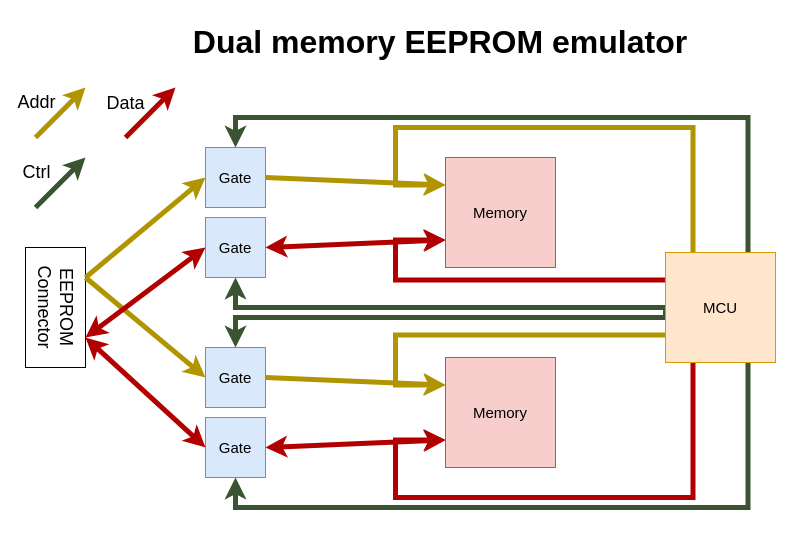
Supertom014/Dual-memory-EEPROM-emulator keeps this draw.io diagram as Dual memory EEPROM emulator.drawio. Above is the earlier version. Source tidied: cells renumbered, new cells numbered last; positions are measured from the earlier drawing's top-left corner, leaving out a move shared by most shapes. Both pictures are drawn from the tidied source at 100%, with x=0, y=0 at pixel (-5, 17).
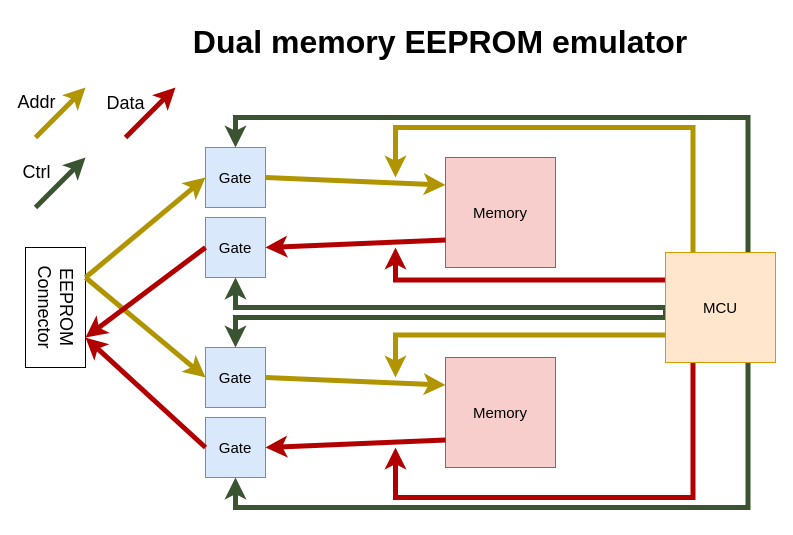
Above is the later version.

The change refers to these unchanged cells:
```xml
<mxCell id="3" value="&lt;div style=&quot;font-size: 15px;&quot;&gt;Gate&lt;/div&gt;" style="rounded=0;whiteSpace=wrap;html=1;fillColor=#dae8fc;strokeColor=#6c8ebf;fontSize=15;" parent="1" vertex="1">
  <mxGeometry x="210" y="200" width="60" height="60" as="geometry" />
</mxCell>
<mxCell id="5" value="&lt;div style=&quot;font-size: 15px;&quot;&gt;Gate&lt;/div&gt;" style="rounded=0;whiteSpace=wrap;html=1;fillColor=#dae8fc;strokeColor=#6c8ebf;fontSize=15;" parent="1" vertex="1">
  <mxGeometry x="210" y="400" width="60" height="60" as="geometry" />
</mxCell>
<mxCell id="6" value="&lt;div&gt;EEPROM&lt;/div&gt;&lt;div&gt;Connector&lt;/div&gt;" style="rounded=0;whiteSpace=wrap;html=1;rotation=90;fontSize=18;" parent="1" vertex="1">
  <mxGeometry y="260" width="120" height="60" as="geometry" />
</mxCell>
<mxCell id="15" value="Memory" style="rounded=0;whiteSpace=wrap;html=1;fillColor=#f8cecc;strokeColor=#b85450;fontSize=15;" parent="1" vertex="1">
  <mxGeometry x="450" y="340" width="110" height="110" as="geometry" />
</mxCell>
<mxCell id="16" value="Memory" style="rounded=0;whiteSpace=wrap;html=1;fillColor=#f8cecc;strokeColor=#b85450;fontSize=15;" parent="1" vertex="1">
  <mxGeometry x="450" y="140" width="110" height="110" as="geometry" />
</mxCell>
<mxCell id="29" value="&lt;div&gt;MCU&lt;/div&gt;" style="rounded=0;whiteSpace=wrap;html=1;fillColor=#ffe6cc;strokeColor=#d79b00;fontSize=15;" parent="1" vertex="1">
  <mxGeometry x="670" y="235" width="110" height="110" as="geometry" />
</mxCell>
```

Change to the diagram source:
```diff
@@
-    <mxCell id="9" style="endArrow=classic;startArrow=classic;html=1;fontSize=18;entryX=0;entryY=0.5;entryDx=0;entryDy=0;exitX=0.75;exitY=0;exitDx=0;exitDy=0;fillColor=#e51400;strokeColor=#B20000;strokeWidth=5;" parent="1" edge="1" source="6" target="3">
+    <mxCell id="9" style="endArrow=none;startArrow=classic;html=1;fontSize=18;entryX=0;entryY=0.5;entryDx=0;entryDy=0;exitX=0.75;exitY=0;exitDx=0;exitDy=0;fillColor=#e51400;strokeColor=#B20000;strokeWidth=5;endFill=0;" parent="1" edge="1" source="6" target="3">
       <mxGeometry relative="1" as="geometry" />
     </mxCell>
-    <mxCell id="10" style="endArrow=classic;startArrow=classic;html=1;fontSize=18;entryX=0;entryY=0.5;entryDx=0;entryDy=0;exitX=0.75;exitY=0;exitDx=0;exitDy=0;fillColor=#e51400;strokeColor=#B20000;strokeWidth=5;" parent="1" edge="1" source="6" target="5">
+    <mxCell id="10" style="endArrow=none;startArrow=classic;html=1;fontSize=18;entryX=0;entryY=0.5;entryDx=0;entryDy=0;exitX=0.75;exitY=0;exitDx=0;exitDy=0;fillColor=#e51400;strokeColor=#B20000;strokeWidth=5;endFill=0;" parent="1" edge="1" source="6" target="5">
       <mxGeometry relative="1" as="geometry" />
     </mxCell>
@@
-    <mxCell id="19" style="endArrow=classic;startArrow=classic;html=1;fontSize=18;entryX=0;entryY=0.75;entryDx=0;entryDy=0;fillColor=#e51400;strokeColor=#B20000;strokeWidth=5;exitX=1;exitY=0.5;exitDx=0;exitDy=0;" parent="1" edge="1" source="3" target="16">
+    <mxCell id="19" style="endArrow=none;startArrow=classic;html=1;fontSize=18;entryX=0;entryY=0.75;entryDx=0;entryDy=0;fillColor=#e51400;strokeColor=#B20000;strokeWidth=5;exitX=1;exitY=0.5;exitDx=0;exitDy=0;endFill=0;" parent="1" edge="1" source="3" target="16">
       <mxGeometry relative="1" as="geometry" />
     </mxCell>
-    <mxCell id="20" style="endArrow=classic;startArrow=classic;html=1;fontSize=18;entryX=0;entryY=0.75;entryDx=0;entryDy=0;exitX=1;exitY=0.5;exitDx=0;exitDy=0;fillColor=#e51400;strokeColor=#B20000;strokeWidth=5;" parent="1" edge="1" source="5" target="15">
+    <mxCell id="20" style="endArrow=none;startArrow=classic;html=1;fontSize=18;entryX=0;entryY=0.75;entryDx=0;entryDy=0;exitX=1;exitY=0.5;exitDx=0;exitDy=0;fillColor=#e51400;strokeColor=#B20000;strokeWidth=5;endFill=0;" parent="1" edge="1" source="5" target="15">
       <mxGeometry relative="1" as="geometry" />
     </mxCell>
-    <mxCell id="21" style="edgeStyle=orthogonalEdgeStyle;rounded=0;jettySize=auto;html=1;strokeWidth=5;fontSize=15;entryX=0;entryY=0.25;entryDx=0;entryDy=0;fillColor=#e3c800;strokeColor=#B09500;exitX=0;exitY=0.75;exitDx=0;exitDy=0;" parent="1" edge="1" source="29" target="15">
+    <mxCell id="21" style="edgeStyle=orthogonalEdgeStyle;rounded=0;jettySize=auto;html=1;strokeWidth=5;fontSize=15;fillColor=#e3c800;strokeColor=#B09500;exitX=0;exitY=0.75;exitDx=0;exitDy=0;" parent="1" edge="1" source="29">
       <mxGeometry relative="1" as="geometry">
+        <mxPoint x="400" y="360" as="targetPoint" />
         <Array as="points">
           <mxPoint x="400" y="318" />
-          <mxPoint x="400" y="368" />
         </Array>
       </mxGeometry>
     </mxCell>
-    <mxCell id="22" style="edgeStyle=orthogonalEdgeStyle;rounded=0;jettySize=auto;html=1;exitX=0.25;exitY=1;exitDx=0;exitDy=0;entryX=0;entryY=0.75;entryDx=0;entryDy=0;strokeWidth=5;fontSize=15;fillColor=#e51400;strokeColor=#B20000;" parent="1" edge="1" source="29" target="15">
+    <mxCell id="22" style="edgeStyle=orthogonalEdgeStyle;rounded=0;jettySize=auto;html=1;exitX=0.25;exitY=1;exitDx=0;exitDy=0;strokeWidth=5;fontSize=15;fillColor=#e51400;strokeColor=#B20000;" parent="1" edge="1" source="29">
       <mxGeometry relative="1" as="geometry">
+        <mxPoint x="400" y="430" as="targetPoint" />
         <Array as="points">
-          <mxPoint x="698" y="480" />
+          <mxPoint x="697" y="480" />
           <mxPoint x="400" y="480" />
-          <mxPoint x="400" y="423" />
+          <mxPoint x="400" y="430" />
         </Array>
       </mxGeometry>
     </mxCell>
-    <mxCell id="23" style="edgeStyle=orthogonalEdgeStyle;rounded=0;jettySize=auto;html=1;exitX=0;exitY=0.25;exitDx=0;exitDy=0;entryX=0;entryY=0.75;entryDx=0;entryDy=0;strokeWidth=5;fontSize=15;fillColor=#e51400;strokeColor=#B20000;" parent="1" edge="1" source="29" target="16">
+    <mxCell id="23" style="edgeStyle=orthogonalEdgeStyle;rounded=0;jettySize=auto;html=1;exitX=0;exitY=0.25;exitDx=0;exitDy=0;strokeWidth=5;fontSize=15;fillColor=#e51400;strokeColor=#B20000;" parent="1" edge="1" source="29">
       <mxGeometry relative="1" as="geometry">
+        <mxPoint x="400" y="230" as="targetPoint" />
         <Array as="points">
           <mxPoint x="400" y="263" />
-          <mxPoint x="400" y="223" />
         </Array>
       </mxGeometry>
     </mxCell>
-    <mxCell id="24" style="edgeStyle=orthogonalEdgeStyle;rounded=0;jettySize=auto;html=1;exitX=0.25;exitY=0;exitDx=0;exitDy=0;entryX=0;entryY=0.25;entryDx=0;entryDy=0;strokeWidth=5;fontSize=15;fillColor=#e3c800;strokeColor=#B09500;" parent="1" edge="1" source="29" target="16">
+    <mxCell id="24" style="edgeStyle=orthogonalEdgeStyle;rounded=0;jettySize=auto;html=1;exitX=0.25;exitY=0;exitDx=0;exitDy=0;strokeWidth=5;fontSize=15;fillColor=#e3c800;strokeColor=#B09500;" parent="1" edge="1" source="29">
       <mxGeometry relative="1" as="geometry">
+        <mxPoint x="400" y="160" as="targetPoint" />
         <Array as="points">
-          <mxPoint x="698" y="110" />
+          <mxPoint x="697" y="110" />
           <mxPoint x="400" y="110" />
-          <mxPoint x="400" y="168" />
+          <mxPoint x="400" y="160" />
         </Array>
       </mxGeometry>
     </mxCell>
```
